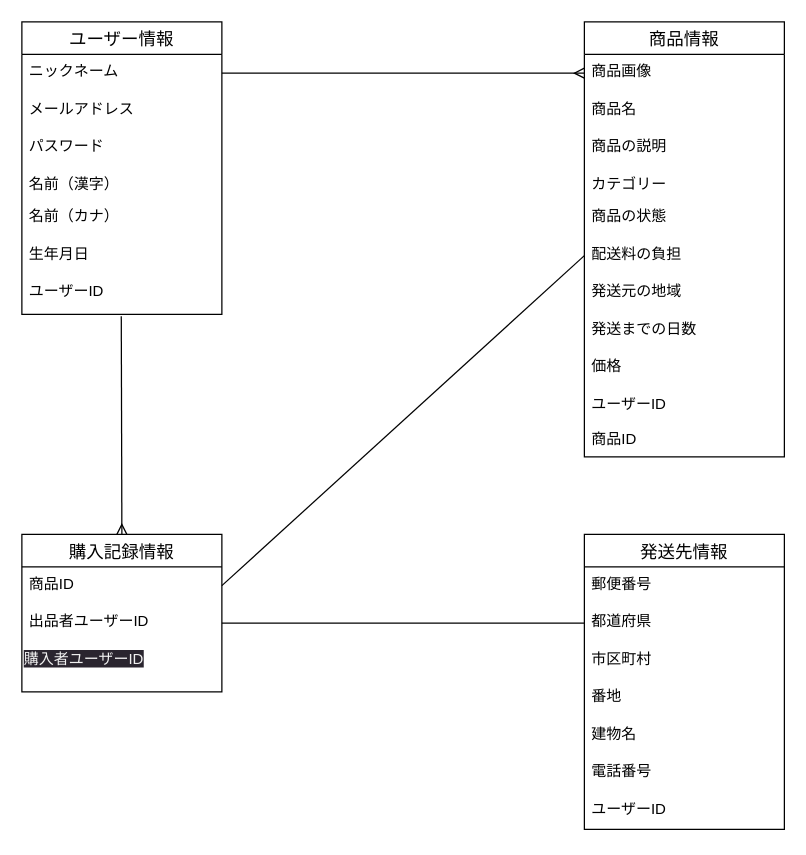
This is ER.dio from turu1994/furima-41541, a draw.io file, before an edit. Source tidied: cells renumbered, new cells numbered last; positions are measured from the earlier drawing's top-left corner, leaving out a move shared by most shapes. Both pictures are drawn from the tidied source at 125%, with x=0, y=0 at pixel (21, 21).
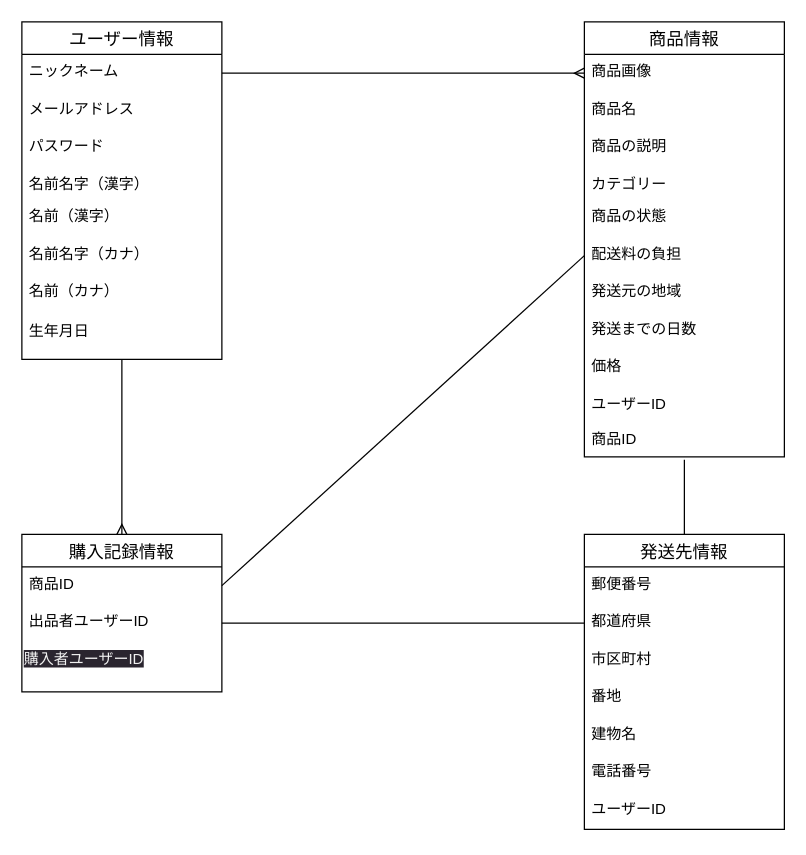
The same page after the edit.

Commit message (it also covers changes not shown here):
データベースカラム追加

カラム追加と一部修正

Unchanged cells that the change refers to:
```xml
<mxCell id="21" value="商品ID" style="text;strokeColor=none;fillColor=none;spacingLeft=4;spacingRight=4;overflow=hidden;points=[[0,0.5],[1,0.5]];portConstraint=eastwest;fontSize=12;" parent="10" vertex="1">
  <mxGeometry y="320" width="160" height="28" as="geometry" />
</mxCell>
<mxCell id="23" value="購入記録情報" style="swimlane;fontStyle=0;horizontal=1;startSize=26;align=center;fontSize=14;" parent="1" vertex="1">
  <mxGeometry y="410" width="160" height="126" as="geometry" />
</mxCell>
<mxCell id="27" value="発送先情報" style="swimlane;fontStyle=0;horizontal=1;startSize=26;align=center;fontSize=14;" parent="1" vertex="1">
  <mxGeometry x="450" y="410" width="160" height="236" as="geometry" />
</mxCell>
```

The edit, as a diff of the source:
```diff
@@
     <mxCell id="2" value="ユーザー情報" style="swimlane;fontStyle=0;horizontal=1;startSize=26;align=center;fontSize=14;" parent="1" vertex="1">
-      <mxGeometry width="160" height="234" as="geometry" />
+      <mxGeometry width="160" height="270" as="geometry" />
     </mxCell>
@@
-    <mxCell id="6" value="名前（漢字）" style="text;strokeColor=none;fillColor=none;spacingLeft=4;spacingRight=4;overflow=hidden;fontSize=12;" parent="2" vertex="1">
+    <mxCell id="6" value="名前名字（漢字）" style="text;strokeColor=none;fillColor=none;spacingLeft=4;spacingRight=4;overflow=hidden;fontSize=12;" parent="2" vertex="1">
       <mxGeometry y="116" width="160" height="26" as="geometry" />
     </mxCell>
-    <mxCell id="7" value="名前（カナ）" style="text;strokeColor=none;fillColor=none;spacingLeft=4;spacingRight=4;overflow=hidden;fontSize=12;" parent="2" vertex="1">
+    <mxCell id="7" value="名前（漢字）" style="text;strokeColor=none;fillColor=none;spacingLeft=4;spacingRight=4;overflow=hidden;fontSize=12;" parent="2" vertex="1">
       <mxGeometry y="142" width="160" height="30" as="geometry" />
     </mxCell>
-    <mxCell id="8" value="生年月日" style="text;strokeColor=none;fillColor=none;spacingLeft=4;spacingRight=4;overflow=hidden;fontSize=12;" parent="2" vertex="1">
+    <mxCell id="8" value="名前名字（カナ）" style="text;strokeColor=none;fillColor=none;spacingLeft=4;spacingRight=4;overflow=hidden;fontSize=12;" parent="2" vertex="1">
       <mxGeometry y="172" width="160" height="30" as="geometry" />
     </mxCell>
-    <mxCell id="9" value="ユーザーID" style="text;strokeColor=none;fillColor=none;spacingLeft=4;spacingRight=4;overflow=hidden;points=[[0,0.5],[1,0.5]];portConstraint=eastwest;fontSize=12;" parent="2" vertex="1">
+    <mxCell id="9" value="名前（カナ）" style="text;strokeColor=none;fillColor=none;spacingLeft=4;spacingRight=4;overflow=hidden;points=[[0,0.5],[1,0.5]];portConstraint=eastwest;fontSize=12;" parent="2" vertex="1">
       <mxGeometry y="202" width="160" height="32" as="geometry" />
     </mxCell>
+    <mxCell id="38" value="生年月日" style="text;strokeColor=none;fillColor=none;spacingLeft=4;spacingRight=4;overflow=hidden;fontSize=12;" parent="2" vertex="1">
+      <mxGeometry y="234" width="160" height="36" as="geometry" />
+    </mxCell>
@@
-    <mxCell id="22" style="edgeStyle=none;html=1;exitX=0.5;exitY=0;exitDx=0;exitDy=0;endArrow=none;endFill=0;startArrow=ERmany;startFill=0;entryX=0.497;entryY=1.046;entryDx=0;entryDy=0;entryPerimeter=0;" parent="1" edge="1" source="23" target="9">
-      <mxGeometry relative="1" as="geometry" />
+    <mxCell id="22" style="edgeStyle=none;html=1;exitX=0.5;exitY=0;exitDx=0;exitDy=0;endArrow=none;endFill=0;startArrow=ERmany;startFill=0;" parent="1" edge="1" source="23">
+      <mxGeometry relative="1" as="geometry">
+        <mxPoint x="80" y="270" as="targetPoint" />
+      </mxGeometry>
     </mxCell>
@@
+    <mxCell id="39" style="edgeStyle=none;html=1;exitX=0.5;exitY=0;exitDx=0;exitDy=0;entryX=0.5;entryY=1.083;entryDx=0;entryDy=0;entryPerimeter=0;startArrow=none;startFill=0;endArrow=none;endFill=0;" parent="1" edge="1" source="27" target="21">
+      <mxGeometry relative="1" as="geometry" />
+    </mxCell>
```
